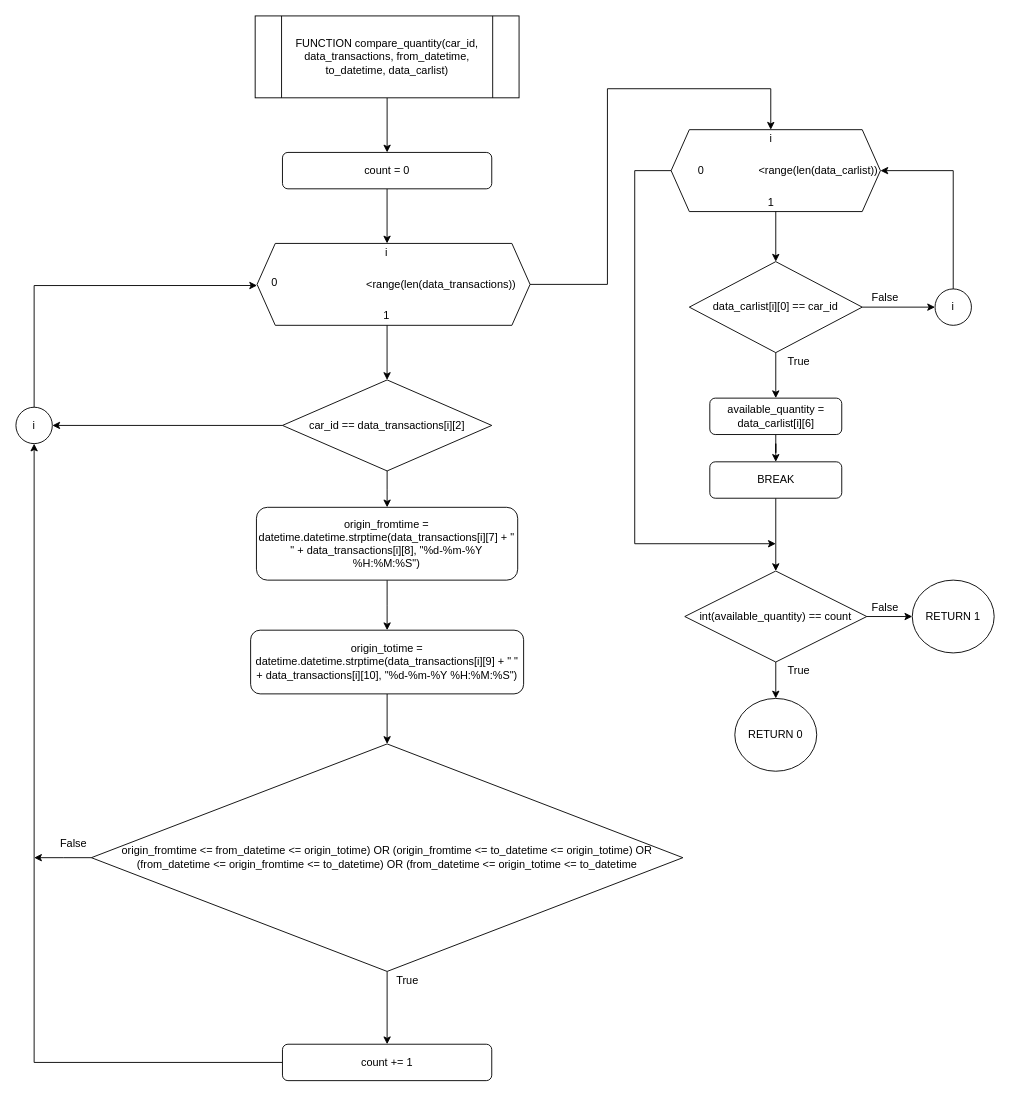
RabbitBear00/Car-Rental-System keeps this draw.io diagram as Flowchart/clients/compare_quantity.drawio. Above is the earlier version. Source tidied: cells renumbered, new cells numbered last; positions are measured from the earlier drawing's top-left corner, leaving out a move shared by most shapes. Both pictures are drawn from the tidied source at 91%, with x=0, y=0 at pixel (15, 15).
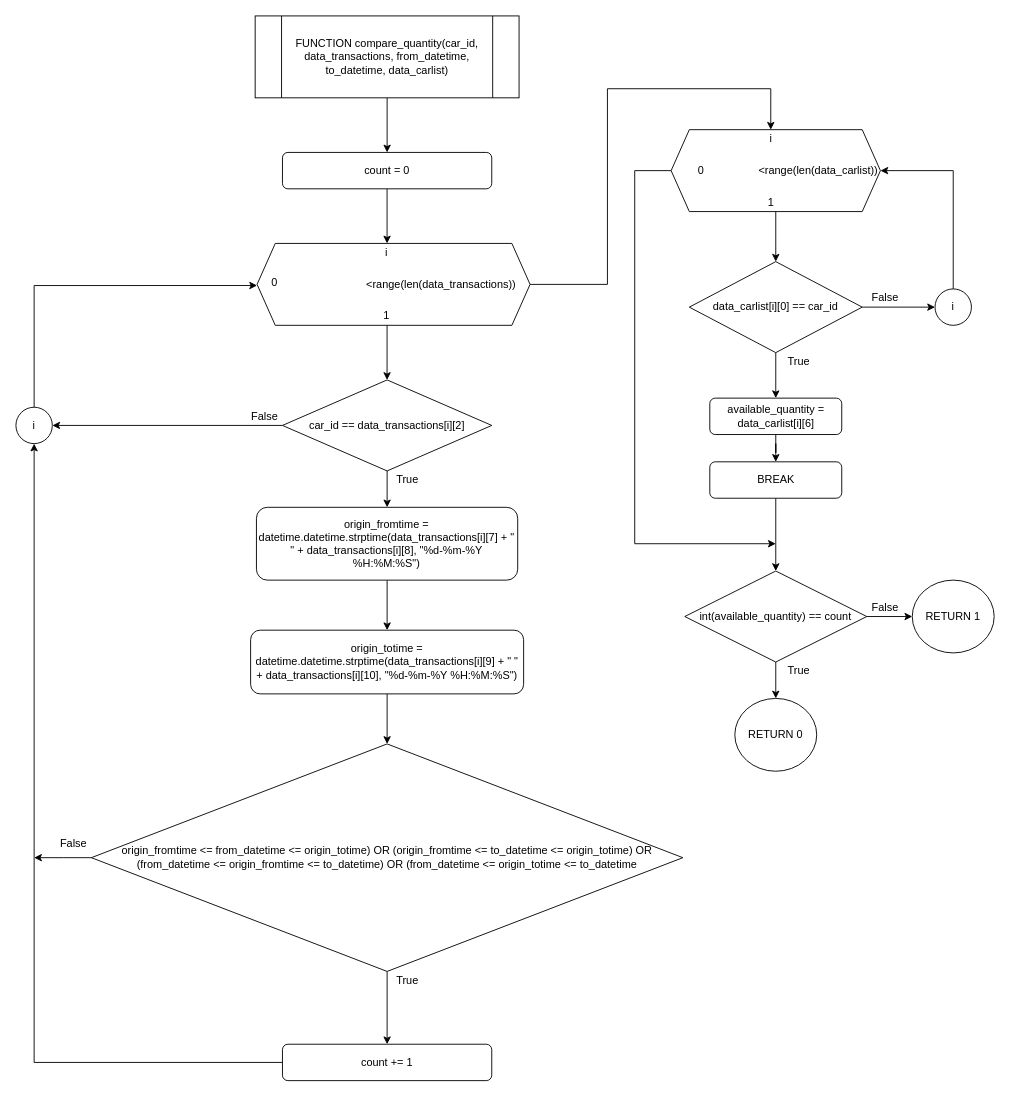
Above is the later version.

What changed in the source:
```diff
@@
+    <mxCell id="56" value="True" style="text;html=1;align=center;verticalAlign=middle;strokeColor=none;" parent="1" vertex="1">
+      <mxGeometry x="410" y="500" width="40" height="20" as="geometry" />
+    </mxCell>
+    <mxCell id="57" value="False" style="text;html=1;align=center;verticalAlign=middle;strokeColor=none;" parent="1" vertex="1">
+      <mxGeometry x="253" y="430" width="40" height="20" as="geometry" />
+    </mxCell>
```
